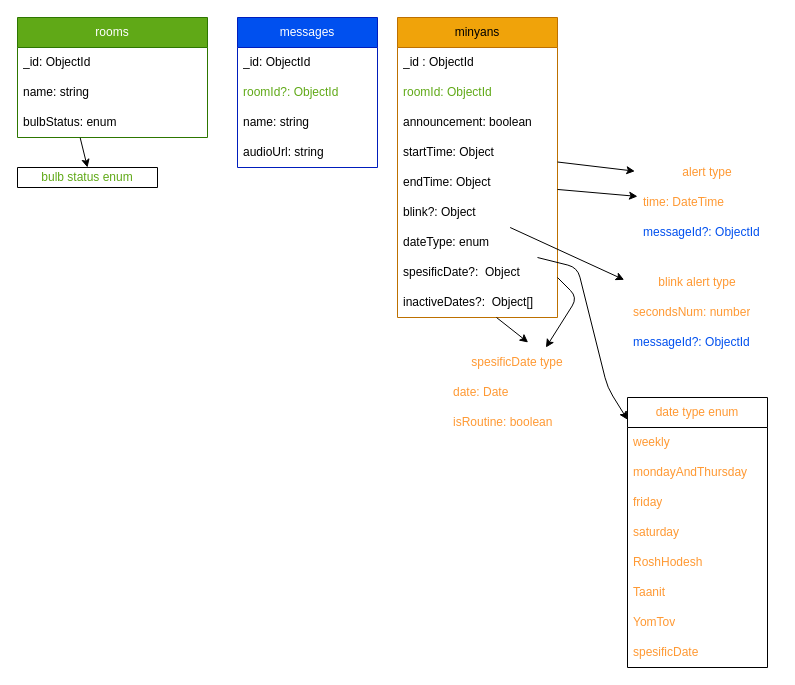
n-b-solutions/hershul keeps this draw.io diagram as server/schema-plan.drawio. Above is the earlier version. Source tidied: cells renumbered, new cells numbered last; positions are measured from the earlier drawing's top-left corner, leaving out a move shared by most shapes. Both pictures are drawn from the tidied source at 100%, with x=0, y=0 at pixel (17, 17).
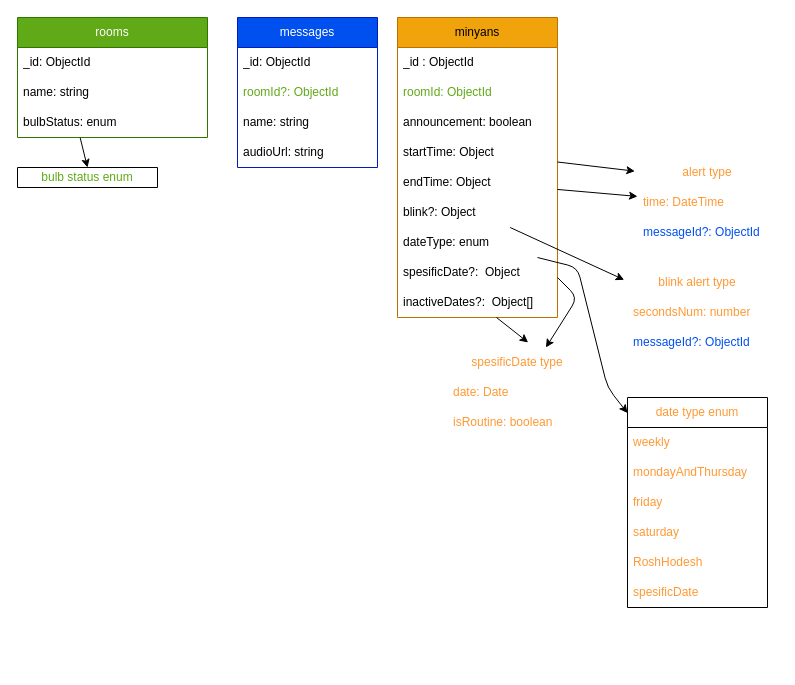
The same diagram, later.

Commit message:
update schema plan

Change to the diagram source:
```diff
@@
     <mxCell id="21" value="&lt;font color=&quot;#ff9933&quot;&gt;date type enum&lt;/font&gt;" style="swimlane;fontStyle=0;horizontal=1;startSize=30;whiteSpace=wrap;html=1;fontColor=#0050EF;" parent="1" vertex="1">
-      <mxGeometry x="610" y="380" width="140" height="270" as="geometry" />
+      <mxGeometry x="610" y="380" width="140" height="210" as="geometry" />
     </mxCell>
@@
-    <mxCell id="27" value="&lt;font color=&quot;#ff9933&quot;&gt;Taanit&lt;/font&gt;" style="text;strokeColor=none;fillColor=none;align=left;verticalAlign=middle;spacingLeft=4;spacingRight=4;overflow=hidden;whiteSpace=wrap;html=1;fontColor=#0050EF;" parent="21" vertex="1">
-      <mxGeometry y="180" width="140" height="30" as="geometry" />
-    </mxCell>
-    <mxCell id="28" value="&lt;font color=&quot;#ff9933&quot;&gt;YomTov&lt;/font&gt;" style="text;strokeColor=none;fillColor=none;align=left;verticalAlign=middle;spacingLeft=4;spacingRight=4;overflow=hidden;whiteSpace=wrap;html=1;fontColor=#0050EF;" parent="21" vertex="1">
-      <mxGeometry y="210" width="140" height="30" as="geometry" />
-    </mxCell>
     <mxCell id="29" value="&lt;font color=&quot;#ff9933&quot;&gt;spesificDate&lt;/font&gt;" style="text;strokeColor=none;fillColor=none;align=left;verticalAlign=middle;spacingLeft=4;spacingRight=4;overflow=hidden;whiteSpace=wrap;html=1;fontColor=#0050EF;" parent="21" vertex="1">
-      <mxGeometry y="240" width="140" height="30" as="geometry" />
+      <mxGeometry y="180" width="140" height="30" as="geometry" />
     </mxCell>
```
